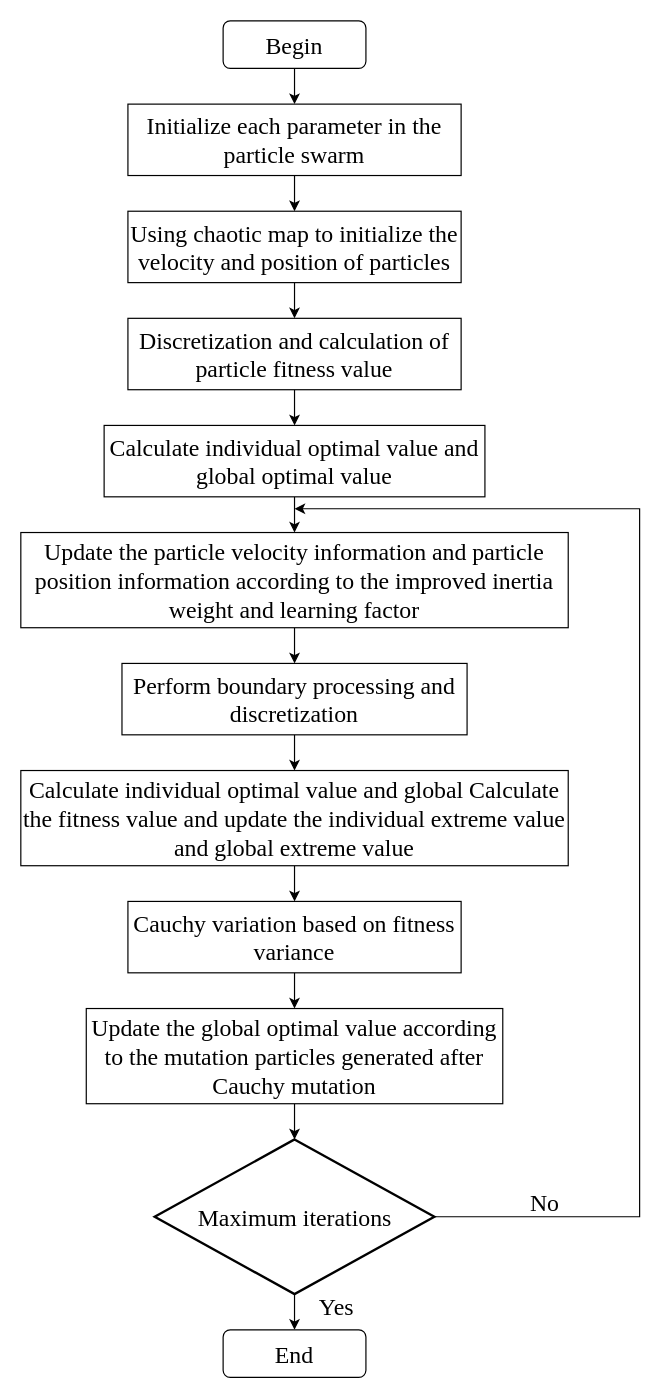
xiaotudoudoudoud/pipilu keeps this draw.io diagram as 未命名绘图.drawio. Above is the earlier version. Source tidied: cells renumbered, new cells numbered last; positions are measured from the earlier drawing's top-left corner, leaving out a move shared by most shapes. Both pictures are drawn from the tidied source at 119%, with x=0, y=0 at pixel (20, 20).
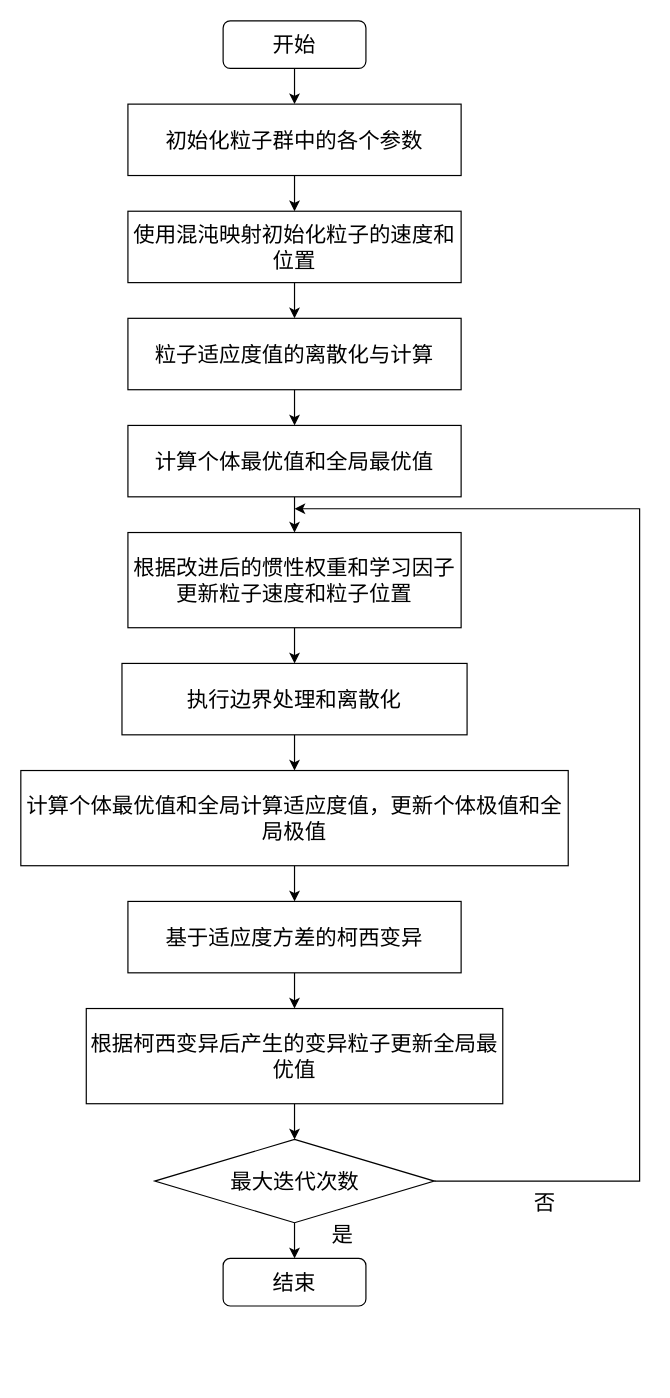
The same page after the edit.

Commit message:
更新未命名绘图.drawio

Change to the diagram source:
```diff
@@
-    <mxCell id="2" style="edgeStyle=orthogonalEdgeStyle;rounded=0;jettySize=auto;html=1;" parent="1" edge="1" source="3" target="5">
+    <mxCell id="2" style="edgeStyle=orthogonalEdgeStyle;rounded=0;jettySize=auto;html=1;fontFamily=Verdana;fontSize=18;" parent="1" edge="1" source="3" target="5">
       <mxGeometry relative="1" as="geometry" />
     </mxCell>
-    <mxCell id="3" value="Begin" style="rounded=1;whiteSpace=wrap;html=1;fontSize=20;glass=0;strokeWidth=1;shadow=0;fontFamily=Times New Roman;" parent="1" vertex="1">
+    <mxCell id="3" value="&lt;font style=&quot;vertical-align: inherit; font-size: 18px;&quot;&gt;&lt;font style=&quot;vertical-align: inherit; font-size: 18px;&quot;&gt;开始&lt;/font&gt;&lt;/font&gt;" style="rounded=1;whiteSpace=wrap;html=1;fontSize=18;glass=0;strokeWidth=1;shadow=0;fontFamily=Verdana;" parent="1" vertex="1">
       <mxGeometry x="170" width="120" height="40" as="geometry" />
     </mxCell>
-    <mxCell id="4" style="edgeStyle=orthogonalEdgeStyle;rounded=0;jettySize=auto;html=1;" parent="1" edge="1" source="5" target="7">
+    <mxCell id="4" style="edgeStyle=orthogonalEdgeStyle;rounded=0;jettySize=auto;html=1;fontFamily=Verdana;fontSize=18;" parent="1" edge="1" source="5" target="7">
       <mxGeometry relative="1" as="geometry" />
     </mxCell>
-    <mxCell id="5" value="Initialize each parameter in&amp;nbsp;the particle swarm" style="rounded=0;whiteSpace=wrap;html=1;fontFamily=Times New Roman;fontSize=20;" parent="1" vertex="1">
+    <mxCell id="5" value="&lt;font style=&quot;vertical-align: inherit; font-size: 18px;&quot;&gt;&lt;font style=&quot;vertical-align: inherit; font-size: 18px;&quot;&gt;初始化粒子群中的各个参数&lt;/font&gt;&lt;/font&gt;" style="rounded=0;whiteSpace=wrap;html=1;fontFamily=Verdana;fontSize=18;" parent="1" vertex="1">
       <mxGeometry x="90" y="70" width="280" height="60" as="geometry" />
     </mxCell>
-    <mxCell id="6" style="edgeStyle=orthogonalEdgeStyle;rounded=0;jettySize=auto;html=1;" parent="1" edge="1" source="7" target="9">
+    <mxCell id="6" style="edgeStyle=orthogonalEdgeStyle;rounded=0;jettySize=auto;html=1;fontFamily=Verdana;fontSize=18;" parent="1" edge="1" source="7" target="9">
       <mxGeometry relative="1" as="geometry" />
     </mxCell>
-    <mxCell id="7" value="Using chaotic map to initialize the velocity and position of particles" style="rounded=0;whiteSpace=wrap;html=1;fontFamily=Times New Roman;fontSize=20;" parent="1" vertex="1">
+    <mxCell id="7" value="&lt;font style=&quot;vertical-align: inherit; font-size: 18px;&quot;&gt;&lt;font style=&quot;vertical-align: inherit; font-size: 18px;&quot;&gt;使用混沌映射初始化粒子的速度和位置&lt;/font&gt;&lt;/font&gt;" style="rounded=0;whiteSpace=wrap;html=1;fontFamily=Verdana;fontSize=18;" parent="1" vertex="1">
       <mxGeometry x="90" y="160" width="280" height="60" as="geometry" />
     </mxCell>
-    <mxCell id="8" style="edgeStyle=orthogonalEdgeStyle;rounded=0;jettySize=auto;html=1;" parent="1" edge="1" source="9" target="11">
+    <mxCell id="8" style="edgeStyle=orthogonalEdgeStyle;rounded=0;jettySize=auto;html=1;fontFamily=Verdana;fontSize=18;" parent="1" edge="1" source="9" target="11">
       <mxGeometry relative="1" as="geometry" />
     </mxCell>
-    <mxCell id="9" value="Discretization and calculation&amp;nbsp;of particle fitness value" style="rounded=0;whiteSpace=wrap;html=1;fontFamily=Times New Roman;fontSize=20;" parent="1" vertex="1">
+    <mxCell id="9" value="&lt;font style=&quot;vertical-align: inherit; font-size: 18px;&quot;&gt;&lt;font style=&quot;vertical-align: inherit; font-size: 18px;&quot;&gt;粒子适应度值的离散化与计算&lt;/font&gt;&lt;/font&gt;" style="rounded=0;whiteSpace=wrap;html=1;fontFamily=Verdana;fontSize=18;" parent="1" vertex="1">
       <mxGeometry x="90" y="250" width="280" height="60" as="geometry" />
     </mxCell>
-    <mxCell id="10" style="edgeStyle=orthogonalEdgeStyle;rounded=0;jettySize=auto;html=1;" parent="1" edge="1" source="11" target="13">
+    <mxCell id="10" style="edgeStyle=orthogonalEdgeStyle;rounded=0;jettySize=auto;html=1;fontFamily=Verdana;fontSize=18;" parent="1" edge="1" source="11" target="13">
       <mxGeometry relative="1" as="geometry" />
     </mxCell>
-    <mxCell id="11" value="Calculate individual optimal value and global optimal value" style="rounded=0;whiteSpace=wrap;html=1;fontFamily=Times New Roman;fontSize=20;" parent="1" vertex="1">
-      <mxGeometry x="70" y="340" width="320" height="60" as="geometry" />
+    <mxCell id="11" value="&lt;font style=&quot;vertical-align: inherit; font-size: 18px;&quot;&gt;&lt;font style=&quot;vertical-align: inherit; font-size: 18px;&quot;&gt;计算个体最优值和全局最优值&lt;/font&gt;&lt;/font&gt;" style="rounded=0;whiteSpace=wrap;html=1;fontFamily=Verdana;fontSize=18;" parent="1" vertex="1">
+      <mxGeometry x="90" y="340" width="280" height="60" as="geometry" />
     </mxCell>
-    <mxCell id="12" style="edgeStyle=orthogonalEdgeStyle;rounded=0;jettySize=auto;html=1;" parent="1" edge="1" source="13" target="15">
+    <mxCell id="12" style="edgeStyle=orthogonalEdgeStyle;rounded=0;jettySize=auto;html=1;fontFamily=Verdana;fontSize=18;" parent="1" edge="1" source="13" target="15">
       <mxGeometry relative="1" as="geometry" />
     </mxCell>
-    <mxCell id="13" value="Update the particle velocity information and particle position information according to the improved inertia weight and learning factor" style="rounded=0;whiteSpace=wrap;html=1;fontFamily=Times New Roman;fontSize=20;" parent="1" vertex="1">
-      <mxGeometry y="430" width="460" height="80" as="geometry" />
+    <mxCell id="13" value="&lt;font style=&quot;vertical-align: inherit; font-size: 18px;&quot;&gt;&lt;font style=&quot;vertical-align: inherit; font-size: 18px;&quot;&gt;根据改进后的惯性权重和学习因子更新粒子速度和粒子位置&lt;/font&gt;&lt;/font&gt;" style="rounded=0;whiteSpace=wrap;html=1;fontFamily=Verdana;fontSize=18;" parent="1" vertex="1">
+      <mxGeometry x="90" y="430" width="280" height="80" as="geometry" />
     </mxCell>
-    <mxCell id="14" style="edgeStyle=orthogonalEdgeStyle;rounded=0;jettySize=auto;html=1;" parent="1" edge="1" source="15" target="17">
+    <mxCell id="14" style="edgeStyle=orthogonalEdgeStyle;rounded=0;jettySize=auto;html=1;fontFamily=Verdana;fontSize=18;" parent="1" edge="1" source="15" target="17">
       <mxGeometry relative="1" as="geometry" />
     </mxCell>
-    <mxCell id="15" value="Perform boundary processing&amp;nbsp;and discretization" style="rounded=0;whiteSpace=wrap;html=1;fontFamily=Times New Roman;fontSize=20;" parent="1" vertex="1">
+    <mxCell id="15" value="&lt;font style=&quot;vertical-align: inherit; font-size: 18px;&quot;&gt;&lt;font style=&quot;vertical-align: inherit; font-size: 18px;&quot;&gt;执行边界处理和离散化&lt;/font&gt;&lt;/font&gt;" style="rounded=0;whiteSpace=wrap;html=1;fontFamily=Verdana;fontSize=18;" parent="1" vertex="1">
       <mxGeometry x="85" y="540" width="290" height="60" as="geometry" />
     </mxCell>
-    <mxCell id="16" style="edgeStyle=orthogonalEdgeStyle;rounded=0;jettySize=auto;html=1;" parent="1" edge="1" source="17" target="19">
+    <mxCell id="16" style="edgeStyle=orthogonalEdgeStyle;rounded=0;jettySize=auto;html=1;fontFamily=Verdana;fontSize=18;" parent="1" edge="1" source="17" target="19">
       <mxGeometry relative="1" as="geometry" />
     </mxCell>
-    <mxCell id="17" value="Calculate individual optimal value and global Calculate the fitness value and update the individual extreme value and global extreme value" style="rounded=0;whiteSpace=wrap;html=1;fontFamily=Times New Roman;fontSize=20;" parent="1" vertex="1">
+    <mxCell id="17" value="&lt;font style=&quot;vertical-align: inherit; font-size: 18px;&quot;&gt;&lt;font style=&quot;vertical-align: inherit; font-size: 18px;&quot;&gt;计算个体最优值和全局计算适应度值，更新个体极值和全局极值&lt;/font&gt;&lt;/font&gt;" style="rounded=0;whiteSpace=wrap;html=1;fontFamily=Verdana;fontSize=18;" parent="1" vertex="1">
       <mxGeometry y="630" width="460" height="80" as="geometry" />
     </mxCell>
-    <mxCell id="18" style="edgeStyle=orthogonalEdgeStyle;rounded=0;jettySize=auto;html=1;" parent="1" edge="1" source="19" target="21">
+    <mxCell id="18" style="edgeStyle=orthogonalEdgeStyle;rounded=0;jettySize=auto;html=1;fontFamily=Verdana;fontSize=18;" parent="1" edge="1" source="19" target="21">
       <mxGeometry relative="1" as="geometry" />
     </mxCell>
-    <mxCell id="19" value="Cauchy variation based&amp;nbsp;on fitness variance" style="rounded=0;whiteSpace=wrap;html=1;fontFamily=Times New Roman;fontSize=20;" parent="1" vertex="1">
+    <mxCell id="19" value="&lt;font style=&quot;vertical-align: inherit; font-size: 18px;&quot;&gt;&lt;font style=&quot;vertical-align: inherit; font-size: 18px;&quot;&gt;基于适应度方差的柯西变异&lt;/font&gt;&lt;/font&gt;" style="rounded=0;whiteSpace=wrap;html=1;fontFamily=Verdana;fontSize=18;" parent="1" vertex="1">
       <mxGeometry x="90" y="740" width="280" height="60" as="geometry" />
     </mxCell>
-    <mxCell id="20" style="edgeStyle=orthogonalEdgeStyle;rounded=0;jettySize=auto;html=1;fontFamily=Times New Roman;fontSize=20;" parent="1" edge="1" source="21" target="23">
+    <mxCell id="20" style="edgeStyle=orthogonalEdgeStyle;rounded=0;jettySize=auto;html=1;fontFamily=Verdana;fontSize=18;" parent="1" edge="1" source="21" target="23">
       <mxGeometry relative="1" as="geometry" />
     </mxCell>
-    <mxCell id="21" value="Update the global optimal value according to the mutation particles generated after Cauchy mutation" style="rounded=0;whiteSpace=wrap;html=1;fontFamily=Times New Roman;fontSize=20;" parent="1" vertex="1">
+    <mxCell id="21" value="&lt;font style=&quot;vertical-align: inherit; font-size: 18px;&quot;&gt;&lt;font style=&quot;vertical-align: inherit; font-size: 18px;&quot;&gt;根据柯西变异后产生的变异粒子更新全局最优值&lt;/font&gt;&lt;/font&gt;" style="rounded=0;whiteSpace=wrap;html=1;fontFamily=Verdana;fontSize=18;" parent="1" vertex="1">
       <mxGeometry x="55" y="830" width="350" height="80" as="geometry" />
     </mxCell>
-    <mxCell id="22" style="edgeStyle=orthogonalEdgeStyle;rounded=0;jettySize=auto;html=1;fontFamily=Times New Roman;fontSize=20;" parent="1" edge="1" source="23" target="24">
+    <mxCell id="22" style="edgeStyle=orthogonalEdgeStyle;rounded=0;jettySize=auto;html=1;fontFamily=Verdana;fontSize=18;" parent="1" edge="1" source="23" target="24">
       <mxGeometry relative="1" as="geometry" />
     </mxCell>
-    <mxCell id="23" value="Maximum iterations" style="strokeWidth=2;html=1;shape=mxgraph.flowchart.decision;whiteSpace=wrap;fontFamily=Times New Roman;fontSize=20;" parent="1" vertex="1">
-      <mxGeometry x="112.5" y="940" width="235" height="130" as="geometry" />
+    <mxCell id="23" value="&lt;font style=&quot;vertical-align: inherit; font-size: 18px;&quot;&gt;&lt;font style=&quot;vertical-align: inherit; font-size: 18px;&quot;&gt;最大迭代次数&lt;/font&gt;&lt;/font&gt;" style="strokeWidth=1;html=1;shape=mxgraph.flowchart.decision;whiteSpace=wrap;fontFamily=Verdana;fontSize=18;spacing=0;" parent="1" vertex="1">
+      <mxGeometry x="112.5" y="940" width="235" height="70" as="geometry" />
     </mxCell>
-    <mxCell id="24" value="End" style="rounded=1;whiteSpace=wrap;html=1;fontSize=20;glass=0;strokeWidth=1;shadow=0;fontFamily=Times New Roman;" parent="1" vertex="1">
-      <mxGeometry x="170" y="1100" width="120" height="40" as="geometry" />
+    <mxCell id="24" value="&lt;font style=&quot;vertical-align: inherit; font-size: 18px;&quot;&gt;&lt;font style=&quot;vertical-align: inherit; font-size: 18px;&quot;&gt;结束&lt;/font&gt;&lt;/font&gt;" style="rounded=1;whiteSpace=wrap;html=1;fontSize=18;glass=0;strokeWidth=1;shadow=0;fontFamily=Verdana;" parent="1" vertex="1">
+      <mxGeometry x="170" y="1040" width="120" height="40" as="geometry" />
     </mxCell>
-    <mxCell id="25" style="endArrow=classic;html=1;rounded=0;exitX=1;exitY=0.5;exitDx=0;exitDy=0;exitPerimeter=0;" parent="1" edge="1" source="23">
+    <mxCell id="25" style="endArrow=classic;html=1;rounded=0;exitX=1;exitY=0.5;exitDx=0;exitDy=0;exitPerimeter=0;fontFamily=Verdana;fontSize=18;" parent="1" edge="1" source="23">
       <mxGeometry relative="1" as="geometry">
         <mxPoint x="230" y="410" as="targetPoint" />
         <Array as="points">
-          <mxPoint x="520" y="1005" />
+          <mxPoint x="520" y="975" />
           <mxPoint x="520" y="410" />
         </Array>
       </mxGeometry>
     </mxCell>
-    <mxCell id="26" value="Yes" style="text;html=1;align=center;verticalAlign=middle;strokeColor=none;fillColor=none;fontFamily=Times New Roman;fontSize=20;" parent="1" vertex="1">
-      <mxGeometry x="240" y="1060" width="50" height="40" as="geometry" />
+    <mxCell id="26" value="&lt;font style=&quot;vertical-align: inherit; font-size: 18px;&quot;&gt;&lt;font style=&quot;vertical-align: inherit; font-size: 18px;&quot;&gt;是&lt;/font&gt;&lt;/font&gt;" style="text;html=1;align=center;verticalAlign=middle;strokeColor=none;fillColor=none;fontFamily=Verdana;fontSize=18;" parent="1" vertex="1">
+      <mxGeometry x="250" y="1000" width="40" height="40" as="geometry" />
     </mxCell>
-    <mxCell id="27" value="No" style="text;html=1;align=center;verticalAlign=middle;strokeColor=none;fillColor=none;fontFamily=Times New Roman;fontSize=20;" parent="1" vertex="1">
-      <mxGeometry x="415" y="973" width="50" height="40" as="geometry" />
+    <mxCell id="27" value="否" style="text;html=1;align=center;verticalAlign=middle;strokeColor=none;fillColor=none;fontFamily=Verdana;fontSize=18;" parent="1" vertex="1">
+      <mxGeometry x="420" y="973" width="40" height="40" as="geometry" />
     </mxCell>
```
